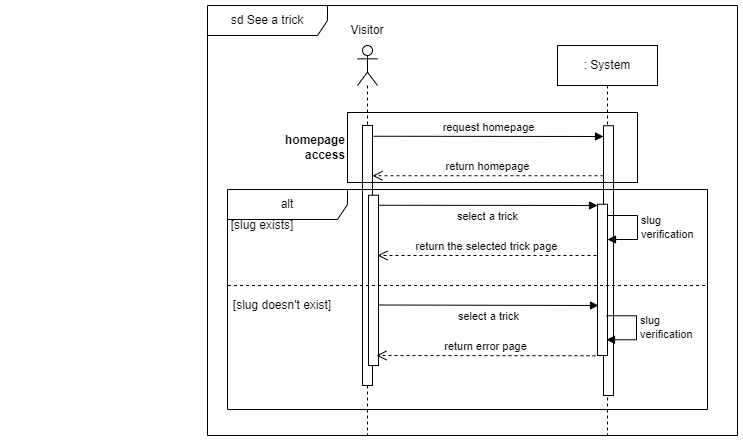
Before: diagrammes/Seq - See a trick.drawio.png, a diagram exported from draw.io (David-Renard/OC-p6). Source tidied: cells renumbered, new cells last; positions are measured from the earlier drawing's top-left corner, leaving out a move shared by most shapes. Source of this version:
```xml
<mxGraphModel>
  <root>
    <mxCell id="0" />
    <mxCell id="1" parent="0" />
    <mxCell id="2" value="sd See a trick" style="shape=umlFrame;whiteSpace=wrap;html=1;width=120;height=30;" parent="1" vertex="1">
      <mxGeometry width="530" height="430" as="geometry" />
    </mxCell>
    <mxCell id="3" style="shape=umlLifeline;perimeter=lifelinePerimeter;whiteSpace=wrap;html=1;newEdgeStyle={&quot;edgeStyle&quot;:&quot;elbowEdgeStyle&quot;,&quot;elbow&quot;:&quot;vertical&quot;,&quot;curved&quot;:0,&quot;rounded&quot;:0};participant=umlActor;" parent="1" vertex="1">
      <mxGeometry x="150" y="40" width="20" height="390" as="geometry" />
    </mxCell>
    <mxCell id="4" style="html=1;perimeter=orthogonalPerimeter;targetShapes=umlLifeline;newEdgeStyle={&quot;edgeStyle&quot;:&quot;elbowEdgeStyle&quot;,&quot;elbow&quot;:&quot;vertical&quot;,&quot;curved&quot;:0,&quot;rounded&quot;:0};" parent="3" vertex="1">
      <mxGeometry x="5" y="80" width="10" height="260" as="geometry" />
    </mxCell>
    <mxCell id="5" value="Visitor" style="text;html=1;strokeColor=none;fillColor=none;align=center;verticalAlign=middle;whiteSpace=wrap;rounded=0;" parent="1" vertex="1">
      <mxGeometry x="130" y="10" width="60" height="30" as="geometry" />
    </mxCell>
    <mxCell id="6" value=": System" style="shape=umlLifeline;perimeter=lifelinePerimeter;whiteSpace=wrap;html=1;newEdgeStyle={&quot;edgeStyle&quot;:&quot;elbowEdgeStyle&quot;,&quot;elbow&quot;:&quot;vertical&quot;,&quot;curved&quot;:0,&quot;rounded&quot;:0};" parent="1" vertex="1">
      <mxGeometry x="350" y="40" width="100" height="390" as="geometry" />
    </mxCell>
    <mxCell id="7" value="select a trick" style="html=1;verticalAlign=bottom;endArrow=block;edgeStyle=elbowEdgeStyle;elbow=vertical;curved=0;rounded=0;" parent="1" edge="1" target="13">
      <mxGeometry y="-20" relative="1" as="geometry">
        <mxPoint x="170" y="199.8" as="sourcePoint" />
      </mxGeometry>
    </mxCell>
    <mxCell id="8" value="return homepage" style="html=1;verticalAlign=bottom;endArrow=open;dashed=1;endSize=8;edgeStyle=elbowEdgeStyle;elbow=horizontal;curved=0;rounded=0;" parent="1" edge="1" source="10">
      <mxGeometry relative="1" as="geometry">
        <mxPoint x="165" y="170.2" as="targetPoint" />
        <Array as="points">
          <mxPoint x="400" y="170.2" />
        </Array>
      </mxGeometry>
    </mxCell>
    <mxCell id="9" value="request homepage" style="html=1;verticalAlign=bottom;endArrow=block;edgeStyle=elbowEdgeStyle;elbow=vertical;curved=0;rounded=0;" parent="1" edge="1" target="10">
      <mxGeometry relative="1" as="geometry">
        <mxPoint x="166" y="130.8" as="sourcePoint" />
      </mxGeometry>
    </mxCell>
    <mxCell id="10" style="html=1;points=[];perimeter=orthogonalPerimeter;outlineConnect=0;targetShapes=umlLifeline;portConstraint=eastwest;newEdgeStyle={&quot;edgeStyle&quot;:&quot;elbowEdgeStyle&quot;,&quot;elbow&quot;:&quot;vertical&quot;,&quot;curved&quot;:0,&quot;rounded&quot;:0};" parent="1" vertex="1">
      <mxGeometry x="396" y="120.2" width="10" height="269.8" as="geometry" />
    </mxCell>
    <mxCell id="11" style="html=1;perimeter=orthogonalPerimeter;targetShapes=umlLifeline;newEdgeStyle={&quot;edgeStyle&quot;:&quot;elbowEdgeStyle&quot;,&quot;elbow&quot;:&quot;vertical&quot;,&quot;curved&quot;:0,&quot;rounded&quot;:0};" parent="1" vertex="1">
      <mxGeometry x="161" y="189.8" width="10" height="170.2" as="geometry" />
    </mxCell>
    <mxCell id="12" value="return the selected trick page" style="html=1;verticalAlign=bottom;endArrow=open;dashed=1;endSize=8;edgeStyle=elbowEdgeStyle;elbow=vertical;curved=0;rounded=0;" parent="1" edge="1">
      <mxGeometry relative="1" as="geometry">
        <mxPoint x="389" y="250" as="sourcePoint" />
        <mxPoint x="170" y="250" as="targetPoint" />
      </mxGeometry>
    </mxCell>
    <mxCell id="13" style="html=1;points=[];perimeter=orthogonalPerimeter;outlineConnect=0;targetShapes=umlLifeline;portConstraint=eastwest;newEdgeStyle={&quot;edgeStyle&quot;:&quot;elbowEdgeStyle&quot;,&quot;elbow&quot;:&quot;vertical&quot;,&quot;curved&quot;:0,&quot;rounded&quot;:0};" parent="1" vertex="1">
      <mxGeometry x="390" y="198.8" width="10" height="151.2" as="geometry" />
    </mxCell>
    <mxCell id="14" value="alt" style="shape=umlFrame;whiteSpace=wrap;html=1;width=120;height=30;" parent="1" vertex="1">
      <mxGeometry x="20" y="184" width="480" height="220" as="geometry" />
    </mxCell>
    <mxCell id="15" value="[slug exists]" style="text;html=1;strokeColor=none;fillColor=none;align=center;verticalAlign=middle;whiteSpace=wrap;rounded=0;" parent="1" vertex="1">
      <mxGeometry x="20" y="210" width="70" height="20" as="geometry" />
    </mxCell>
    <mxCell id="16" value="[slug doesn't exist]" style="text;html=1;strokeColor=none;fillColor=none;align=center;verticalAlign=middle;whiteSpace=wrap;rounded=0;" parent="1" vertex="1">
      <mxGeometry x="20" y="290" width="110" height="20" as="geometry" />
    </mxCell>
    <mxCell id="17" value="slug&lt;br&gt;verification" style="html=1;align=left;spacingLeft=2;endArrow=block;rounded=0;edgeStyle=orthogonalEdgeStyle;curved=0;rounded=0;" parent="1" edge="1">
      <mxGeometry relative="1" as="geometry">
        <mxPoint x="400" y="210" as="sourcePoint" />
        <mxPoint x="400" y="234" as="targetPoint" />
        <Array as="points">
          <mxPoint x="430" y="210" />
          <mxPoint x="430" y="234" />
          <mxPoint x="400" y="234" />
        </Array>
      </mxGeometry>
    </mxCell>
    <mxCell id="18" value="return error page" style="html=1;verticalAlign=bottom;endArrow=open;dashed=1;endSize=8;edgeStyle=elbowEdgeStyle;elbow=vertical;curved=0;rounded=0;" parent="1" edge="1">
      <mxGeometry relative="1" as="geometry">
        <mxPoint x="388" y="350.3" as="sourcePoint" />
        <mxPoint x="169" y="350.3" as="targetPoint" />
      </mxGeometry>
    </mxCell>
    <mxCell id="19" value="slug&lt;br&gt;verification" style="html=1;align=left;spacingLeft=2;endArrow=block;rounded=0;edgeStyle=orthogonalEdgeStyle;curved=0;rounded=0;" parent="1" edge="1">
      <mxGeometry relative="1" as="geometry">
        <mxPoint x="399" y="310.2" as="sourcePoint" />
        <mxPoint x="399" y="334.2" as="targetPoint" />
        <Array as="points">
          <mxPoint x="429" y="310.2" />
          <mxPoint x="429" y="334.2" />
          <mxPoint x="399" y="334.2" />
        </Array>
      </mxGeometry>
    </mxCell>
    <mxCell id="20" style="endArrow=none;dashed=1;html=1;rounded=0;" parent="1" edge="1">
      <mxGeometry relative="1" as="geometry">
        <mxPoint x="20.5" y="280" as="sourcePoint" />
        <mxPoint x="500" y="280" as="targetPoint" />
      </mxGeometry>
    </mxCell>
    <mxCell id="21" value="&lt;blockquote style=&quot;margin: 0 0 0 40px; border: none; padding: 0px;&quot;&gt;&lt;blockquote style=&quot;margin: 0 0 0 40px; border: none; padding: 0px;&quot;&gt;&lt;blockquote style=&quot;margin: 0 0 0 40px; border: none; padding: 0px;&quot;&gt;&lt;blockquote style=&quot;margin: 0 0 0 40px; border: none; padding: 0px;&quot;&gt;&lt;blockquote style=&quot;margin: 0 0 0 40px; border: none; padding: 0px;&quot;&gt;&lt;blockquote style=&quot;margin: 0 0 0 40px; border: none; padding: 0px;&quot;&gt;&lt;blockquote style=&quot;margin: 0 0 0 40px; border: none; padding: 0px;&quot;&gt;homepage access&lt;/blockquote&gt;&lt;/blockquote&gt;&lt;/blockquote&gt;&lt;/blockquote&gt;&lt;/blockquote&gt;&lt;/blockquote&gt;&lt;/blockquote&gt;" style="rounded=0;whiteSpace=wrap;html=1;fillColor=none;fontStyle=1;labelPosition=left;verticalLabelPosition=middle;align=right;verticalAlign=middle;" parent="1" vertex="1">
      <mxGeometry x="140" y="107" width="290" height="70" as="geometry" />
    </mxCell>
    <mxCell id="22" value="select a trick" style="html=1;verticalAlign=bottom;endArrow=block;edgeStyle=elbowEdgeStyle;elbow=vertical;curved=0;rounded=0;" parent="1" edge="1">
      <mxGeometry y="-20" relative="1" as="geometry">
        <mxPoint x="171" y="299.5" as="sourcePoint" />
        <mxPoint x="391" y="299.8" as="targetPoint" />
      </mxGeometry>
    </mxCell>
  </root>
</mxGraphModel>
```
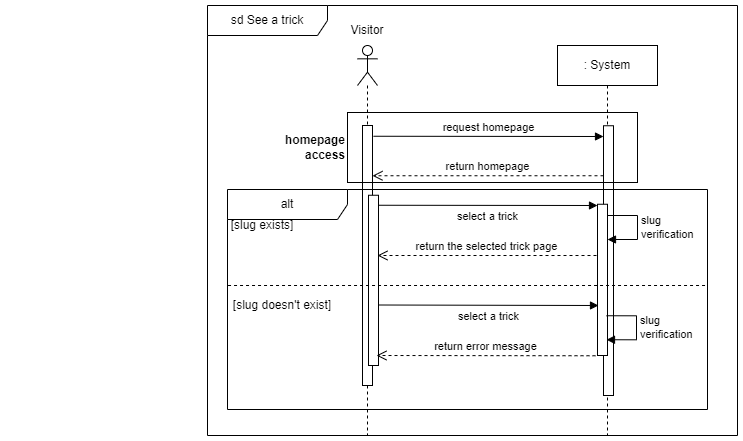
Above is the later version.

Diff of the diagram source:
```diff
@@ -70,7 +70,7 @@
         </Array>
       </mxGeometry>
     </mxCell>
-    <mxCell id="18" value="return error page" style="html=1;verticalAlign=bottom;endArrow=open;dashed=1;endSize=8;edgeStyle=elbowEdgeStyle;elbow=vertical;curved=0;rounded=0;" parent="1" edge="1">
+    <mxCell id="18" value="return error message" style="html=1;verticalAlign=bottom;endArrow=open;dashed=1;endSize=8;edgeStyle=elbowEdgeStyle;elbow=vertical;curved=0;rounded=0;" parent="1" edge="1">
       <mxGeometry relative="1" as="geometry">
         <mxPoint x="388" y="350.3" as="sourcePoint" />
         <mxPoint x="169" y="350.3" as="targetPoint" />
```
